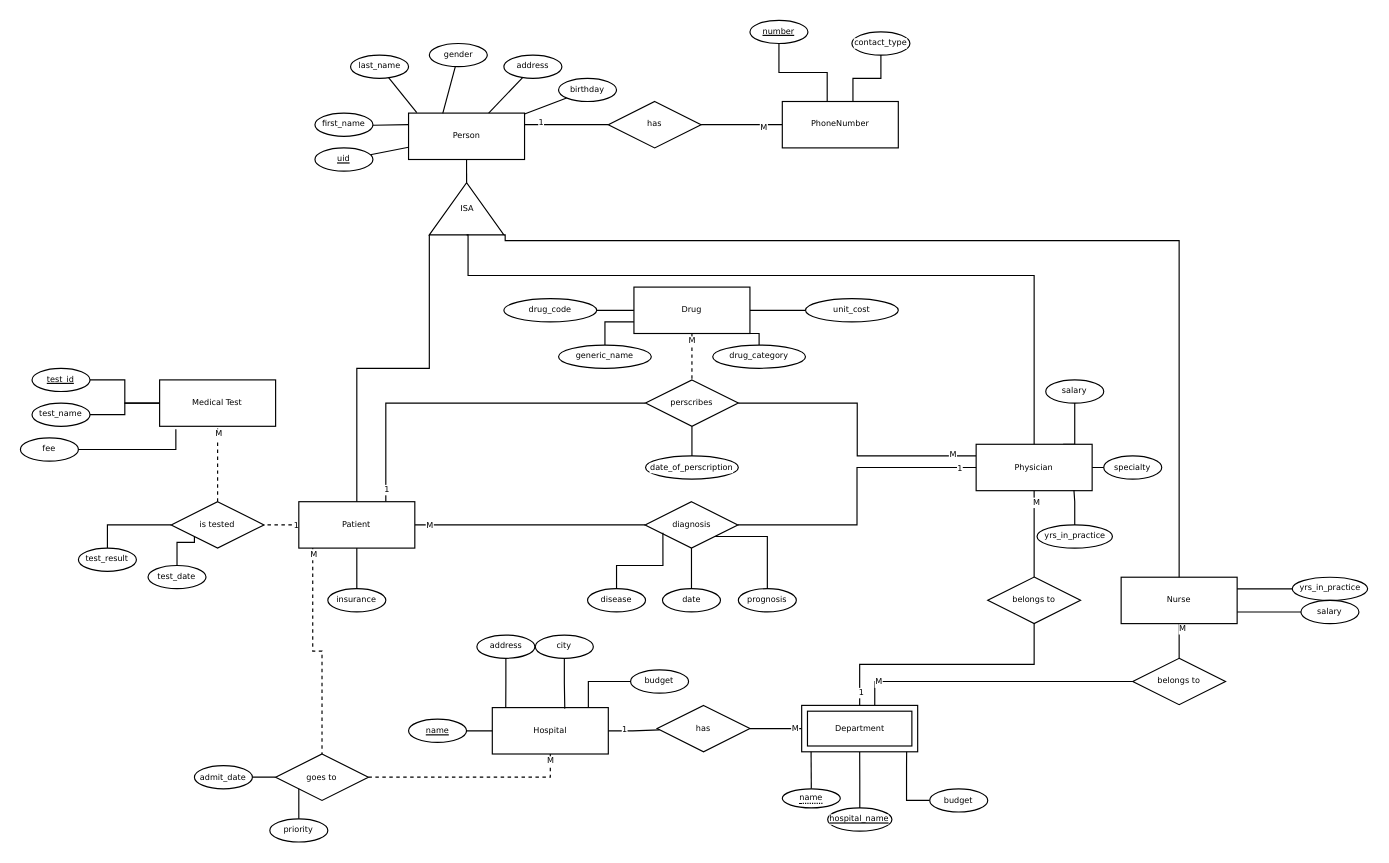
Before: DatabasesA1.drawio in functionzz/Databases, a draw.io diagram. Source tidied: cells renumbered, new cells numbered last; positions are measured from the earlier drawing's top-left corner, leaving out a move shared by most shapes. Both pictures are drawn from the tidied source at 116%, with x=0, y=0 at pixel (20, 20).
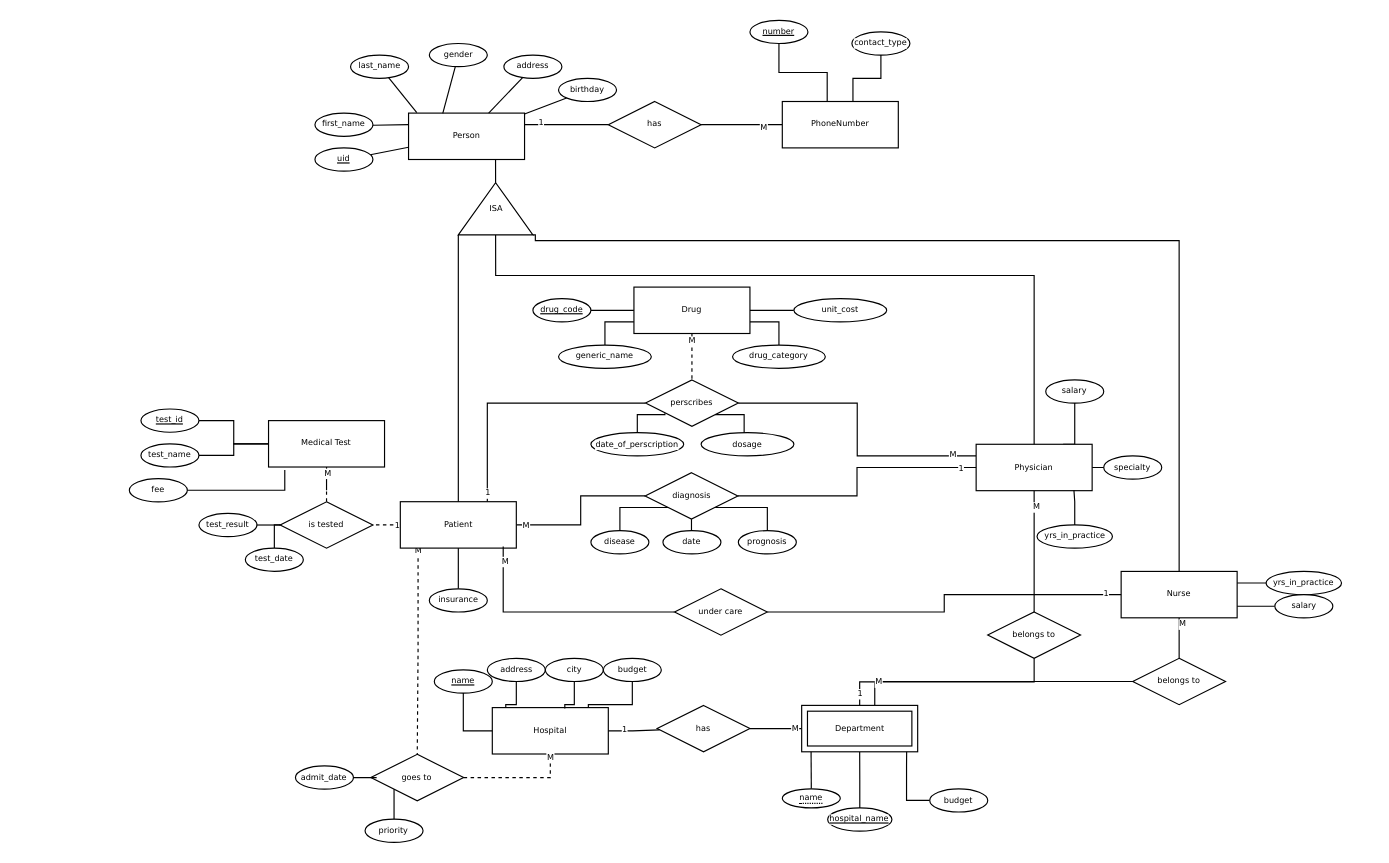
The same page after the edit.

The change refers to these unchanged cells:
```xml
<mxCell id="23" value="Physician" style="whiteSpace=wrap;html=1;align=center;strokeColor=default;verticalAlign=middle;fontFamily=Verdana;fontSize=7;fontColor=default;labelBackgroundColor=default;fillColor=default;" parent="1" vertex="1">
  <mxGeometry x="824" y="365.5" width="100" height="40" as="geometry" />
</mxCell>
<mxCell id="75" style="edgeStyle=orthogonalEdgeStyle;shape=connector;rounded=0;jettySize=auto;html=1;entryX=0.5;entryY=0;entryDx=0;entryDy=0;strokeColor=default;align=center;verticalAlign=top;fontFamily=Verdana;fontSize=7;fontColor=default;labelBackgroundColor=default;startFill=0;endArrow=none;exitX=0.5;exitY=1;exitDx=0;exitDy=0;" parent="1" edge="1" source="77" target="105">
  <mxGeometry relative="1" as="geometry" />
</mxCell>
<mxCell id="122" value="Drug" style="whiteSpace=wrap;html=1;align=center;strokeColor=default;verticalAlign=middle;fontFamily=Verdana;fontSize=7;fontColor=default;labelBackgroundColor=default;fillColor=default;" parent="1" vertex="1">
  <mxGeometry x="529" y="230" width="100" height="40" as="geometry" />
</mxCell>
<mxCell id="124" value="perscribes" style="shape=rhombus;perimeter=rhombusPerimeter;whiteSpace=wrap;html=1;align=center;fontFamily=Verdana;fontSize=7;fontColor=default;labelBackgroundColor=default;" parent="1" vertex="1">
  <mxGeometry x="539" y="310" width="80" height="40" as="geometry" />
</mxCell>
```

Change to the diagram source:
```diff
@@
-    <mxCell id="5" style="edgeStyle=orthogonalEdgeStyle;shape=connector;rounded=0;jettySize=auto;html=1;exitX=0.12;exitY=0.95;exitDx=0;exitDy=0;strokeColor=default;align=center;verticalAlign=top;fontFamily=Verdana;fontSize=7;fontColor=default;labelBackgroundColor=default;startFill=0;endArrow=none;entryX=0.5;entryY=0;entryDx=0;entryDy=0;dashed=1;exitPerimeter=0;" parent="1" edge="1" source="13" target="84">
+    <mxCell id="5" style="edgeStyle=orthogonalEdgeStyle;shape=connector;rounded=0;jettySize=auto;html=1;exitX=0.153;exitY=0.918;exitDx=0;exitDy=0;strokeColor=default;align=center;verticalAlign=top;fontFamily=Verdana;fontSize=7;fontColor=default;labelBackgroundColor=default;startFill=0;endArrow=none;entryX=0.5;entryY=0;entryDx=0;entryDy=0;dashed=1;exitPerimeter=0;" parent="1" edge="1" source="13" target="84">
       <mxGeometry relative="1" as="geometry" />
     </mxCell>
@@
     <mxCell id="13" value="Patient" style="whiteSpace=wrap;html=1;align=center;strokeColor=default;verticalAlign=middle;fontFamily=Verdana;fontSize=7;fontColor=default;labelBackgroundColor=default;fillColor=default;" parent="1" vertex="1">
-      <mxGeometry x="240.1" y="415" width="100" height="40" as="geometry" />
+      <mxGeometry x="327.6" y="415" width="100" height="40" as="geometry" />
     </mxCell>
@@
     <mxCell id="16" value="Nurse" style="whiteSpace=wrap;html=1;align=center;strokeColor=default;verticalAlign=middle;fontFamily=Verdana;fontSize=7;fontColor=default;labelBackgroundColor=default;fillColor=default;" parent="1" vertex="1">
-      <mxGeometry x="949" y="480.1" width="100" height="40" as="geometry" />
+      <mxGeometry x="949" y="475.1" width="100" height="40" as="geometry" />
     </mxCell>
@@
     <mxCell id="24" value="ISA" style="verticalLabelPosition=middle;verticalAlign=middle;html=1;shape=mxgraph.basic.acute_triangle;dx=0.5;strokeColor=default;align=center;fontFamily=Verdana;fontSize=7;fontColor=default;labelBackgroundColor=default;fillColor=default;labelPosition=center;" parent="1" vertex="1">
-      <mxGeometry x="352.6" y="140" width="64.3" height="45" as="geometry" />
+      <mxGeometry x="377.6" y="140" width="64.3" height="45" as="geometry" />
     </mxCell>
     <mxCell id="25" style="edgeStyle=orthogonalEdgeStyle;shape=connector;rounded=0;jettySize=auto;html=1;exitX=0.5;exitY=0;exitDx=0;exitDy=0;entryX=1;entryY=1;entryDx=0;entryDy=0;entryPerimeter=0;strokeColor=default;align=center;verticalAlign=top;fontFamily=Verdana;fontSize=7;fontColor=default;labelBackgroundColor=default;startFill=0;endArrow=none;" parent="1" edge="1" source="16" target="24">
       <mxGeometry relative="1" as="geometry">
         <Array as="points">
           <mxPoint x="999" y="190" />
-          <mxPoint x="418" y="190" />
+          <mxPoint x="444" y="190" />
+          <mxPoint x="444" y="185" />
         </Array>
       </mxGeometry>
     </mxCell>
@@
     <mxCell id="27" style="edgeStyle=orthogonalEdgeStyle;shape=connector;rounded=0;jettySize=auto;html=1;exitX=0.5;exitY=0;exitDx=0;exitDy=0;entryX=0.5;entryY=1;entryDx=0;entryDy=0;entryPerimeter=0;strokeColor=default;align=center;verticalAlign=top;fontFamily=Verdana;fontSize=7;fontColor=default;labelBackgroundColor=default;startFill=0;endArrow=none;" parent="1" edge="1" source="23" target="24">
       <mxGeometry relative="1" as="geometry">
         <Array as="points">
           <mxPoint x="874" y="220" />
-          <mxPoint x="386" y="220" />
+          <mxPoint x="410" y="220" />
+          <mxPoint x="410" y="185" />
         </Array>
       </mxGeometry>
     </mxCell>
@@
     <mxCell id="48" value="insurance" style="ellipse;whiteSpace=wrap;html=1;align=center;strokeColor=default;verticalAlign=middle;fontFamily=Verdana;fontSize=7;fontColor=default;labelBackgroundColor=default;fillColor=default;" parent="1" vertex="1">
-      <mxGeometry x="265.1" y="490" width="50" height="20" as="geometry" />
+      <mxGeometry x="352.6" y="490.1" width="50" height="20" as="geometry" />
     </mxCell>
@@
     <mxCell id="52" value="yrs_in_practice" style="ellipse;whiteSpace=wrap;html=1;align=center;strokeColor=default;verticalAlign=middle;fontFamily=Verdana;fontSize=7;fontColor=default;labelBackgroundColor=default;fillColor=default;" parent="1" vertex="1">
-      <mxGeometry x="1096.5" y="480.1" width="65" height="20" as="geometry" />
+      <mxGeometry x="1074" y="475.1" width="65" height="20" as="geometry" />
     </mxCell>
@@
     <mxCell id="55" value="salary" style="ellipse;whiteSpace=wrap;html=1;align=center;strokeColor=default;verticalAlign=middle;fontFamily=Verdana;fontSize=7;fontColor=default;labelBackgroundColor=default;fillColor=default;" parent="1" vertex="1">
-      <mxGeometry x="1104" y="500.1" width="50" height="20" as="geometry" />
+      <mxGeometry x="1081.5" y="495.1" width="50" height="20" as="geometry" />
     </mxCell>
@@
     <mxCell id="58" value="name" style="ellipse;whiteSpace=wrap;html=1;align=center;fontStyle=4;strokeColor=default;verticalAlign=middle;fontFamily=Verdana;fontSize=7;fontColor=default;labelBackgroundColor=default;fillColor=default;" parent="1" vertex="1">
-      <mxGeometry x="334.7" y="602.5" width="50" height="20" as="geometry" />
+      <mxGeometry x="356.9" y="560" width="50" height="20" as="geometry" />
     </mxCell>
     <mxCell id="59" value="address" style="ellipse;whiteSpace=wrap;html=1;align=center;strokeColor=default;verticalAlign=middle;fontFamily=Verdana;fontSize=7;fontColor=default;labelBackgroundColor=default;fillColor=default;" parent="1" vertex="1">
-      <mxGeometry x="393.6" y="530" width="50" height="20" as="geometry" />
+      <mxGeometry x="402.6" y="550" width="50" height="20" as="geometry" />
     </mxCell>
@@
     <mxCell id="61" value="city" style="ellipse;whiteSpace=wrap;html=1;align=center;strokeColor=default;verticalAlign=middle;fontFamily=Verdana;fontSize=7;fontColor=default;labelBackgroundColor=default;fillColor=default;" parent="1" vertex="1">
-      <mxGeometry x="444" y="530" width="50" height="20" as="geometry" />
+      <mxGeometry x="452.6" y="550" width="50" height="20" as="geometry" />
     </mxCell>
     <mxCell id="62" value="budget" style="ellipse;whiteSpace=wrap;html=1;align=center;strokeColor=default;verticalAlign=middle;fontFamily=Verdana;fontSize=7;fontColor=default;labelBackgroundColor=default;fillColor=default;" parent="1" vertex="1">
-      <mxGeometry x="526.1" y="560" width="50" height="20" as="geometry" />
+      <mxGeometry x="502.6" y="550" width="50" height="20" as="geometry" />
     </mxCell>
@@
     <mxCell id="76" value="1" style="edgeLabel;html=1;align=center;verticalAlign=middle;fontFamily=Verdana;fontSize=7;fontColor=default;labelBackgroundColor=default;" parent="75" vertex="1">
-      <mxGeometry x="0.9" y="1" relative="1" as="geometry" />
+      <mxGeometry x="0.9" y="1" relative="1" as="geometry">
+        <mxPoint x="-1" as="offset" />
+      </mxGeometry>
     </mxCell>
     <mxCell id="77" value="belongs to" style="shape=rhombus;perimeter=rhombusPerimeter;whiteSpace=wrap;html=1;align=center;fontFamily=Verdana;fontSize=7;fontColor=default;labelBackgroundColor=default;" parent="1" vertex="1">
-      <mxGeometry x="834" y="480" width="80" height="40" as="geometry" />
+      <mxGeometry x="834" y="510" width="80" height="40" as="geometry" />
     </mxCell>
@@
     <mxCell id="84" value="goes to" style="shape=rhombus;perimeter=rhombusPerimeter;whiteSpace=wrap;html=1;align=center;fontFamily=Verdana;fontSize=7;fontColor=default;labelBackgroundColor=default;" parent="1" vertex="1">
-      <mxGeometry x="220.1" y="632.5" width="80" height="40" as="geometry" />
+      <mxGeometry x="302.2" y="632.8" width="80" height="40" as="geometry" />
     </mxCell>
@@
     <mxCell id="86" value="admit_date" style="ellipse;whiteSpace=wrap;html=1;align=center;strokeColor=default;verticalAlign=middle;fontFamily=Verdana;fontSize=7;fontColor=default;labelBackgroundColor=default;fillColor=default;" parent="1" vertex="1">
-      <mxGeometry x="150.1" y="642.5" width="50" height="20" as="geometry" />
+      <mxGeometry x="237.2" y="642.8" width="50" height="20" as="geometry" />
     </mxCell>
@@
     <mxCell id="88" value="priority" style="ellipse;whiteSpace=wrap;html=1;align=center;strokeColor=default;verticalAlign=middle;fontFamily=Verdana;fontSize=7;fontColor=default;labelBackgroundColor=default;fillColor=default;" parent="1" vertex="1">
-      <mxGeometry x="215.1" y="688.4" width="50" height="20" as="geometry" />
+      <mxGeometry x="297.2" y="688.7" width="50" height="20" as="geometry" />
     </mxCell>
@@
     <mxCell id="93" value="diagnosis" style="shape=rhombus;perimeter=rhombusPerimeter;whiteSpace=wrap;html=1;align=center;fontFamily=Verdana;fontSize=7;fontColor=default;labelBackgroundColor=default;" parent="1" vertex="1">
-      <mxGeometry x="538.6" y="415" width="80" height="40" as="geometry" />
+      <mxGeometry x="538.6" y="390" width="80" height="40" as="geometry" />
     </mxCell>
     <mxCell id="94" value="disease" style="ellipse;whiteSpace=wrap;html=1;align=center;strokeColor=default;verticalAlign=middle;fontFamily=Verdana;fontSize=7;fontColor=default;labelBackgroundColor=default;fillColor=default;" parent="1" vertex="1">
-      <mxGeometry x="489" y="490" width="50" height="20" as="geometry" />
+      <mxGeometry x="491.9" y="440" width="50" height="20" as="geometry" />
     </mxCell>
-    <mxCell id="95" style="edgeStyle=orthogonalEdgeStyle;shape=connector;rounded=0;jettySize=auto;html=1;entryX=0.192;entryY=0.669;entryDx=0;entryDy=0;entryPerimeter=0;strokeColor=default;align=center;verticalAlign=top;fontFamily=Verdana;fontSize=7;fontColor=default;labelBackgroundColor=default;startFill=0;endArrow=none;" parent="1" edge="1" source="94" target="93">
+    <mxCell id="95" style="edgeStyle=orthogonalEdgeStyle;shape=connector;rounded=0;jettySize=auto;html=1;entryX=0;entryY=1;entryDx=0;entryDy=0;strokeColor=default;align=center;verticalAlign=top;fontFamily=Verdana;fontSize=7;fontColor=default;labelBackgroundColor=default;startFill=0;endArrow=none;" parent="1" edge="1" source="94" target="93">
       <mxGeometry relative="1" as="geometry" />
     </mxCell>
     <mxCell id="96" value="date" style="ellipse;whiteSpace=wrap;html=1;align=center;strokeColor=default;verticalAlign=middle;fontFamily=Verdana;fontSize=7;fontColor=default;labelBackgroundColor=default;fillColor=default;" parent="1" vertex="1">
-      <mxGeometry x="553.6" y="490" width="50" height="20" as="geometry" />
+      <mxGeometry x="554" y="440" width="50" height="20" as="geometry" />
     </mxCell>
     <mxCell id="97" value="prognosis" style="ellipse;whiteSpace=wrap;html=1;align=center;strokeColor=default;verticalAlign=middle;fontFamily=Verdana;fontSize=7;fontColor=default;labelBackgroundColor=default;fillColor=default;" parent="1" vertex="1">
-      <mxGeometry x="619" y="490" width="50" height="20" as="geometry" />
+      <mxGeometry x="619" y="440" width="50" height="20" as="geometry" />
     </mxCell>
     <mxCell id="98" value="Medical Test" style="whiteSpace=wrap;html=1;align=center;strokeColor=default;verticalAlign=middle;fontFamily=Verdana;fontSize=7;fontColor=default;labelBackgroundColor=default;fillColor=default;" parent="1" vertex="1">
-      <mxGeometry x="120.1" y="310" width="100" height="40" as="geometry" />
+      <mxGeometry x="214" y="345.1" width="100" height="40" as="geometry" />
     </mxCell>
@@
     <mxCell id="100" value="test_id" style="ellipse;whiteSpace=wrap;html=1;align=center;fontStyle=4;strokeColor=default;verticalAlign=middle;fontFamily=Verdana;fontSize=7;fontColor=default;labelBackgroundColor=default;fillColor=default;" parent="1" vertex="1">
-      <mxGeometry x="10.1" y="300" width="50" height="20" as="geometry" />
+      <mxGeometry x="104" y="335.1" width="50" height="20" as="geometry" />
     </mxCell>
@@
     <mxCell id="102" value="test_name" style="ellipse;whiteSpace=wrap;html=1;align=center;strokeColor=default;verticalAlign=middle;fontFamily=Verdana;fontSize=7;fontColor=default;labelBackgroundColor=default;fillColor=default;" parent="1" vertex="1">
-      <mxGeometry x="10.1" y="330" width="50" height="20" as="geometry" />
+      <mxGeometry x="104" y="365.1" width="50" height="20" as="geometry" />
     </mxCell>
     <mxCell id="103" value="fee" style="ellipse;whiteSpace=wrap;html=1;align=center;strokeColor=default;verticalAlign=middle;fontFamily=Verdana;fontSize=7;fontColor=default;labelBackgroundColor=default;fillColor=default;" parent="1" vertex="1">
-      <mxGeometry x="0.1" y="360" width="50" height="20" as="geometry" />
+      <mxGeometry x="94" y="395.1" width="50" height="20" as="geometry" />
     </mxCell>
@@
     <mxCell id="108" value="test_result" style="ellipse;whiteSpace=wrap;html=1;align=center;strokeColor=default;verticalAlign=middle;fontFamily=Verdana;fontSize=7;fontColor=default;labelBackgroundColor=default;fillColor=default;" parent="1" vertex="1">
-      <mxGeometry x="50.1" y="455" width="50" height="20" as="geometry" />
+      <mxGeometry x="154" y="425.1" width="50" height="20" as="geometry" />
     </mxCell>
@@
     <mxCell id="110" value="test_date" style="ellipse;whiteSpace=wrap;html=1;align=center;strokeColor=default;verticalAlign=middle;fontFamily=Verdana;fontSize=7;fontColor=default;labelBackgroundColor=default;fillColor=default;" parent="1" vertex="1">
-      <mxGeometry x="110.1" y="470" width="50" height="20" as="geometry" />
+      <mxGeometry x="194" y="455" width="50" height="20" as="geometry" />
     </mxCell>
@@
-    <mxCell id="114" style="edgeStyle=orthogonalEdgeStyle;shape=connector;rounded=0;jettySize=auto;html=1;exitX=0;exitY=0.5;exitDx=0;exitDy=0;entryX=0.5;entryY=0;entryDx=0;entryDy=0;strokeColor=default;align=center;verticalAlign=top;fontFamily=Verdana;fontSize=7;fontColor=default;labelBackgroundColor=default;startFill=0;endArrow=none;" parent="1" edge="1" source="115" target="108">
+    <mxCell id="114" style="edgeStyle=orthogonalEdgeStyle;shape=connector;rounded=0;jettySize=auto;html=1;exitX=0;exitY=0.5;exitDx=0;exitDy=0;entryX=1;entryY=0.5;entryDx=0;entryDy=0;strokeColor=default;align=center;verticalAlign=top;fontFamily=Verdana;fontSize=7;fontColor=default;labelBackgroundColor=default;startFill=0;endArrow=none;" parent="1" edge="1" source="115" target="108">
       <mxGeometry relative="1" as="geometry" />
     </mxCell>
     <mxCell id="115" value="is tested" style="shape=rhombus;perimeter=rhombusPerimeter;whiteSpace=wrap;html=1;align=center;fontFamily=Verdana;fontSize=7;fontColor=default;labelBackgroundColor=default;" parent="1" vertex="1">
-      <mxGeometry x="130.1" y="415" width="80" height="40" as="geometry" />
+      <mxGeometry x="224" y="415.1" width="80" height="40" as="geometry" />
     </mxCell>
@@
-    <mxCell id="121" style="edgeStyle=orthogonalEdgeStyle;shape=connector;rounded=0;jettySize=auto;html=1;exitX=0.75;exitY=1;exitDx=0;exitDy=0;entryX=0.5;entryY=0;entryDx=0;entryDy=0;strokeColor=default;align=center;verticalAlign=top;fontFamily=Verdana;fontSize=7;fontColor=default;labelBackgroundColor=default;startFill=0;endArrow=none;" parent="1" edge="1" source="122" target="128">
+    <mxCell id="121" style="edgeStyle=orthogonalEdgeStyle;shape=connector;rounded=0;jettySize=auto;html=1;exitX=1;exitY=0.75;exitDx=0;exitDy=0;entryX=0.5;entryY=0;entryDx=0;entryDy=0;strokeColor=default;align=center;verticalAlign=top;fontFamily=Verdana;fontSize=7;fontColor=default;labelBackgroundColor=default;startFill=0;endArrow=none;" parent="1" edge="1" source="122" target="128">
       <mxGeometry relative="1" as="geometry" />
     </mxCell>
@@
-    <mxCell id="123" style="edgeStyle=orthogonalEdgeStyle;shape=connector;rounded=0;jettySize=auto;html=1;exitX=0.5;exitY=1;exitDx=0;exitDy=0;entryX=0.5;entryY=0;entryDx=0;entryDy=0;strokeColor=default;align=center;verticalAlign=top;fontFamily=Verdana;fontSize=7;fontColor=default;labelBackgroundColor=default;startFill=0;endArrow=none;" parent="1" edge="1" source="124" target="125">
-      <mxGeometry relative="1" as="geometry" />
+    <mxCell id="123" style="edgeStyle=orthogonalEdgeStyle;shape=connector;rounded=0;jettySize=auto;html=1;exitX=0.209;exitY=0.718;exitDx=0;exitDy=0;entryX=0.5;entryY=0;entryDx=0;entryDy=0;strokeColor=default;align=center;verticalAlign=top;fontFamily=Verdana;fontSize=7;fontColor=default;labelBackgroundColor=default;startFill=0;endArrow=none;exitPerimeter=0;" parent="1" edge="1" source="124" target="125">
+      <mxGeometry relative="1" as="geometry">
+        <Array as="points">
+          <mxPoint x="556" y="340" />
+          <mxPoint x="532" y="340" />
+        </Array>
+      </mxGeometry>
     </mxCell>
@@
     <mxCell id="125" value="date_of_perscription" style="ellipse;whiteSpace=wrap;html=1;align=center;strokeColor=default;verticalAlign=middle;fontFamily=Verdana;fontSize=7;fontColor=default;labelBackgroundColor=default;fillColor=default;" parent="1" vertex="1">
-      <mxGeometry x="539" y="375.5" width="80" height="20" as="geometry" />
+      <mxGeometry x="491.9" y="355.5" width="80" height="20" as="geometry" />
     </mxCell>
-    <mxCell id="126" value="drug_code" style="ellipse;whiteSpace=wrap;html=1;align=center;strokeColor=default;verticalAlign=middle;fontFamily=Verdana;fontSize=7;fontColor=default;labelBackgroundColor=default;fillColor=default;" parent="1" vertex="1">
-      <mxGeometry x="416.9" y="240" width="80" height="20" as="geometry" />
-    </mxCell>
@@
     <mxCell id="128" value="drug_category" style="ellipse;whiteSpace=wrap;html=1;align=center;strokeColor=default;verticalAlign=middle;fontFamily=Verdana;fontSize=7;fontColor=default;labelBackgroundColor=default;fillColor=default;" parent="1" vertex="1">
-      <mxGeometry x="596.9" y="280" width="80" height="20" as="geometry" />
+      <mxGeometry x="614" y="280" width="80" height="20" as="geometry" />
     </mxCell>
     <mxCell id="129" value="unit_cost" style="ellipse;whiteSpace=wrap;html=1;align=center;strokeColor=default;verticalAlign=middle;fontFamily=Verdana;fontSize=7;fontColor=default;labelBackgroundColor=default;fillColor=default;" parent="1" vertex="1">
-      <mxGeometry x="676.9" y="240" width="80" height="20" as="geometry" />
+      <mxGeometry x="666.9" y="240" width="80" height="20" as="geometry" />
     </mxCell>
@@
+    <mxCell id="131" style="edgeStyle=orthogonalEdgeStyle;shape=connector;rounded=0;jettySize=auto;html=1;entryX=0;entryY=0.5;entryDx=0;entryDy=0;strokeColor=default;align=center;verticalAlign=top;fontFamily=Verdana;fontSize=7;fontColor=default;labelBackgroundColor=default;startFill=0;endArrow=none;" parent="1" edge="1" source="133" target="16">
+      <mxGeometry relative="1" as="geometry" />
+    </mxCell>
+    <mxCell id="132" value="1" style="edgeLabel;html=1;align=center;verticalAlign=middle;fontFamily=Verdana;fontSize=7;fontColor=default;labelBackgroundColor=default;" parent="131" vertex="1">
+      <mxGeometry x="0.91" y="1" relative="1" as="geometry" />
+    </mxCell>
+    <mxCell id="133" value="under care" style="shape=rhombus;perimeter=rhombusPerimeter;whiteSpace=wrap;html=1;align=center;fontFamily=Verdana;fontSize=7;fontColor=default;labelBackgroundColor=default;" parent="1" vertex="1">
+      <mxGeometry x="564" y="490.1" width="80" height="40" as="geometry" />
+    </mxCell>
+    <mxCell id="134" style="edgeStyle=orthogonalEdgeStyle;shape=connector;rounded=0;jettySize=auto;html=1;exitX=0;exitY=0.5;exitDx=0;exitDy=0;entryX=0.887;entryY=0.967;entryDx=0;entryDy=0;entryPerimeter=0;strokeColor=default;align=center;verticalAlign=top;fontFamily=Verdana;fontSize=7;fontColor=default;labelBackgroundColor=default;startFill=0;endArrow=none;" parent="1" edge="1" source="133" target="13">
+      <mxGeometry relative="1" as="geometry" />
+    </mxCell>
+    <mxCell id="135" value="M" style="edgeLabel;html=1;align=center;verticalAlign=middle;fontFamily=Verdana;fontSize=7;fontColor=default;labelBackgroundColor=default;" parent="134" vertex="1">
+      <mxGeometry x="0.87" y="-1" relative="1" as="geometry" />
+    </mxCell>
+    <mxCell id="126" value="drug_code" style="ellipse;whiteSpace=wrap;html=1;align=center;fontStyle=4;strokeColor=default;verticalAlign=middle;fontFamily=Verdana;fontSize=7;fontColor=default;labelBackgroundColor=default;fillColor=default;" parent="1" vertex="1">
+      <mxGeometry x="441.9" y="240" width="50" height="20" as="geometry" />
+    </mxCell>
+    <mxCell id="136" value="dosage" style="ellipse;whiteSpace=wrap;html=1;align=center;strokeColor=default;verticalAlign=middle;fontFamily=Verdana;fontSize=7;fontColor=default;labelBackgroundColor=default;fillColor=default;" parent="1" vertex="1">
+      <mxGeometry x="586.9" y="355.5" width="80" height="20" as="geometry" />
+    </mxCell>
+    <mxCell id="137" style="edgeStyle=orthogonalEdgeStyle;shape=connector;rounded=0;jettySize=auto;html=1;entryX=1;entryY=1;entryDx=0;entryDy=0;strokeColor=default;align=center;verticalAlign=top;fontFamily=Verdana;fontSize=7;fontColor=default;labelBackgroundColor=default;startFill=0;endArrow=none;" parent="1" edge="1" source="136" target="124">
+      <mxGeometry relative="1" as="geometry">
+        <Array as="points">
+          <mxPoint x="624" y="340" />
+        </Array>
+      </mxGeometry>
+    </mxCell>
```
